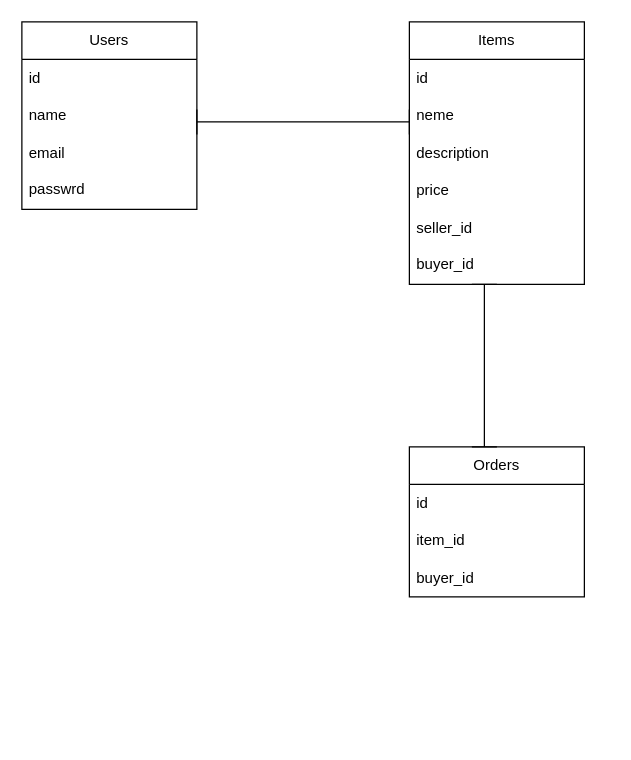
yusukenemoto12345/furima39956_2 keeps this draw.io diagram as test.dio. Above is the earlier version. Source tidied: cells renumbered, new cells numbered last; positions are measured from the earlier drawing's top-left corner, leaving out a move shared by most shapes. Both pictures are drawn from the tidied source at 125%, with x=0, y=0 at pixel (21, 21).
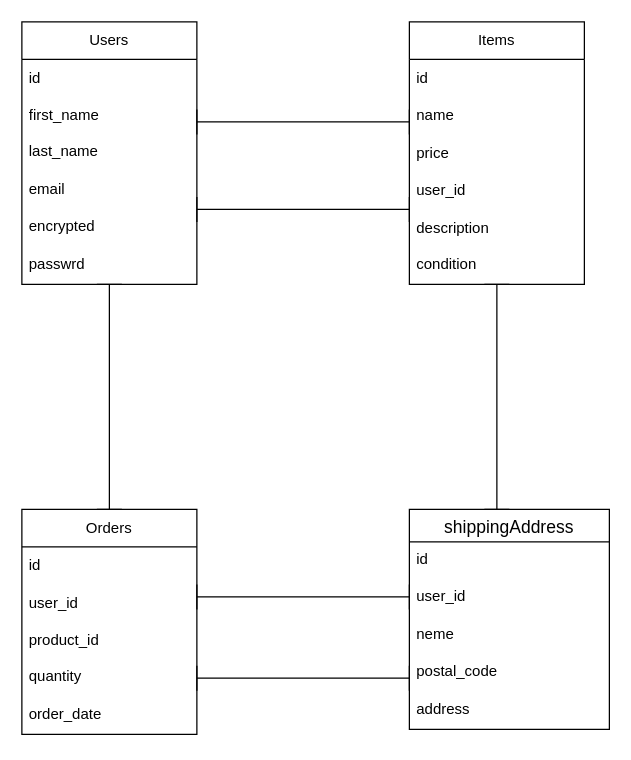
After the change.

Commit message (it also covers changes not shown here):
READMEにデータベース設計2

The change refers to these unchanged cells:
```xml
<mxCell id="2" value="Items" style="swimlane;fontStyle=0;horizontal=1;startSize=30;whiteSpace=wrap;html=1;" parent="1" vertex="1">
  <mxGeometry x="310" width="140" height="210" as="geometry" />
</mxCell>
```

Diff of the diagram source:
```diff
@@
-    <mxCell id="4" value="neme" style="text;strokeColor=none;fillColor=none;align=left;verticalAlign=middle;spacingLeft=4;spacingRight=4;overflow=hidden;whiteSpace=wrap;html=1;" parent="2" vertex="1">
+    <mxCell id="4" value="name" style="text;strokeColor=none;fillColor=none;align=left;verticalAlign=middle;spacingLeft=4;spacingRight=4;overflow=hidden;whiteSpace=wrap;html=1;" parent="2" vertex="1">
       <mxGeometry y="60" width="140" height="30" as="geometry" />
     </mxCell>
-    <mxCell id="5" value="description" style="text;strokeColor=none;fillColor=none;align=left;verticalAlign=middle;spacingLeft=4;spacingRight=4;overflow=hidden;whiteSpace=wrap;html=1;" parent="2" vertex="1">
+    <mxCell id="5" value="price" style="text;strokeColor=none;fillColor=none;align=left;verticalAlign=middle;spacingLeft=4;spacingRight=4;overflow=hidden;whiteSpace=wrap;html=1;" parent="2" vertex="1">
       <mxGeometry y="90" width="140" height="30" as="geometry" />
     </mxCell>
-    <mxCell id="6" value="price" style="text;strokeColor=none;fillColor=none;align=left;verticalAlign=middle;spacingLeft=4;spacingRight=4;overflow=hidden;whiteSpace=wrap;html=1;" parent="2" vertex="1">
+    <mxCell id="6" value="user_id" style="text;strokeColor=none;fillColor=none;align=left;verticalAlign=middle;spacingLeft=4;spacingRight=4;overflow=hidden;whiteSpace=wrap;html=1;" parent="2" vertex="1">
       <mxGeometry y="120" width="140" height="30" as="geometry" />
     </mxCell>
-    <mxCell id="7" value="seller_id" style="text;strokeColor=none;fillColor=none;align=left;verticalAlign=middle;spacingLeft=4;spacingRight=4;overflow=hidden;whiteSpace=wrap;html=1;" parent="2" vertex="1">
+    <mxCell id="7" value="description" style="text;strokeColor=none;fillColor=none;align=left;verticalAlign=middle;spacingLeft=4;spacingRight=4;overflow=hidden;whiteSpace=wrap;html=1;" parent="2" vertex="1">
       <mxGeometry y="150" width="140" height="30" as="geometry" />
     </mxCell>
-    <mxCell id="8" value="buyer_id" style="text;strokeColor=none;fillColor=none;spacingLeft=4;spacingRight=4;overflow=hidden;fontSize=12;" parent="2" vertex="1">
+    <mxCell id="8" value="condition" style="text;strokeColor=none;fillColor=none;spacingLeft=4;spacingRight=4;overflow=hidden;fontSize=12;" parent="2" vertex="1">
       <mxGeometry y="180" width="140" height="30" as="geometry" />
     </mxCell>
     <mxCell id="9" value="Users" style="swimlane;fontStyle=0;horizontal=1;startSize=30;whiteSpace=wrap;html=1;" parent="1" vertex="1">
-      <mxGeometry width="140" height="150" as="geometry" />
+      <mxGeometry width="140" height="210" as="geometry" />
     </mxCell>
@@
-    <mxCell id="11" value="name" style="text;strokeColor=none;fillColor=none;align=left;verticalAlign=middle;spacingLeft=4;spacingRight=4;overflow=hidden;whiteSpace=wrap;html=1;" parent="9" vertex="1">
+    <mxCell id="11" value="first_name" style="text;strokeColor=none;fillColor=none;align=left;verticalAlign=middle;spacingLeft=4;spacingRight=4;overflow=hidden;whiteSpace=wrap;html=1;" parent="9" vertex="1">
       <mxGeometry y="60" width="140" height="30" as="geometry" />
     </mxCell>
+    <mxCell id="13" value="last_name" style="text;strokeColor=none;fillColor=none;spacingLeft=4;spacingRight=4;overflow=hidden;fontSize=12;" parent="9" vertex="1">
+      <mxGeometry y="90" width="140" height="30" as="geometry" />
+    </mxCell>
-    <mxCell id="12" value="email" style="text;strokeColor=none;fillColor=none;align=left;verticalAlign=middle;spacingLeft=4;spacingRight=4;overflow=hidden;whiteSpace=wrap;html=1;" parent="9" vertex="1">
-      <mxGeometry y="90" width="140" height="30" as="geometry" />
+    <mxCell id="12" value="email" style="text;strokeColor=none;fillColor=none;spacingLeft=4;spacingRight=4;overflow=hidden;fontSize=12;" parent="9" vertex="1">
+      <mxGeometry y="120" width="140" height="30" as="geometry" />
     </mxCell>
-    <mxCell id="13" value="passwrd" style="text;strokeColor=none;fillColor=none;spacingLeft=4;spacingRight=4;overflow=hidden;fontSize=12;" parent="9" vertex="1">
-      <mxGeometry y="120" width="140" height="30" as="geometry" />
-    </mxCell>
+    <mxCell id="21" value="encrypted" style="text;strokeColor=none;fillColor=none;spacingLeft=4;spacingRight=4;overflow=hidden;fontSize=12;" parent="9" vertex="1">
+      <mxGeometry y="150" width="140" height="30" as="geometry" />
+    </mxCell>
+    <mxCell id="22" value="passwrd" style="text;strokeColor=none;fillColor=none;spacingLeft=4;spacingRight=4;overflow=hidden;fontSize=12;" parent="9" vertex="1">
+      <mxGeometry y="180" width="140" height="30" as="geometry" />
+    </mxCell>
     <mxCell id="14" value="Orders" style="swimlane;fontStyle=0;horizontal=1;startSize=30;whiteSpace=wrap;html=1;" parent="1" vertex="1">
-      <mxGeometry x="310" y="340" width="140" height="120" as="geometry" />
+      <mxGeometry y="390" width="140" height="180" as="geometry" />
     </mxCell>
@@
-    <mxCell id="16" value="item_id" style="text;strokeColor=none;fillColor=none;align=left;verticalAlign=middle;spacingLeft=4;spacingRight=4;overflow=hidden;whiteSpace=wrap;html=1;" parent="14" vertex="1">
+    <mxCell id="16" value="user_id" style="text;strokeColor=none;fillColor=none;align=left;verticalAlign=middle;spacingLeft=4;spacingRight=4;overflow=hidden;whiteSpace=wrap;html=1;" parent="14" vertex="1">
       <mxGeometry y="60" width="140" height="30" as="geometry" />
     </mxCell>
-    <mxCell id="17" value="buyer_id" style="text;strokeColor=none;fillColor=none;align=left;verticalAlign=middle;spacingLeft=4;spacingRight=4;overflow=hidden;whiteSpace=wrap;html=1;" parent="14" vertex="1">
+    <mxCell id="17" value="product_id" style="text;strokeColor=none;fillColor=none;align=left;verticalAlign=middle;spacingLeft=4;spacingRight=4;overflow=hidden;whiteSpace=wrap;html=1;" parent="14" vertex="1">
       <mxGeometry y="90" width="140" height="30" as="geometry" />
     </mxCell>
-    <mxCell id="18" style="edgeStyle=none;html=1;endArrow=none;" parent="1" edge="1" source="14">
-      <mxGeometry relative="1" as="geometry">
-        <mxPoint x="380" y="340" as="targetPoint" />
-      </mxGeometry>
-    </mxCell>
+    <mxCell id="23" value="quantity" style="text;strokeColor=none;fillColor=none;spacingLeft=4;spacingRight=4;overflow=hidden;fontSize=12;" parent="14" vertex="1">
+      <mxGeometry y="120" width="140" height="30" as="geometry" />
+    </mxCell>
+    <mxCell id="24" value="order_date" style="text;strokeColor=none;fillColor=none;spacingLeft=4;spacingRight=4;overflow=hidden;fontSize=12;" parent="14" vertex="1">
+      <mxGeometry y="150" width="140" height="30" as="geometry" />
+    </mxCell>
@@
-    <mxCell id="20" style="shape=crossbar;whiteSpace=wrap;html=1;rounded=1;direction=south;" parent="1" vertex="1">
-      <mxGeometry x="360" y="210" width="20" height="130" as="geometry" />
-    </mxCell>
+    <mxCell id="25" value="shippingAddress" style="swimlane;fontStyle=0;horizontal=1;startSize=26;align=center;fontSize=14;" parent="1" vertex="1">
+      <mxGeometry x="310" y="390" width="160" height="176" as="geometry" />
+    </mxCell>
+    <mxCell id="26" value="id" style="text;strokeColor=none;fillColor=none;spacingLeft=4;spacingRight=4;overflow=hidden;fontSize=12;" parent="25" vertex="1">
+      <mxGeometry y="26" width="160" height="30" as="geometry" />
+    </mxCell>
+    <mxCell id="27" value="user_id" style="text;strokeColor=none;fillColor=none;spacingLeft=4;spacingRight=4;overflow=hidden;fontSize=12;" parent="25" vertex="1">
+      <mxGeometry y="56" width="160" height="30" as="geometry" />
+    </mxCell>
+    <mxCell id="28" value="neme" style="text;strokeColor=none;fillColor=none;spacingLeft=4;spacingRight=4;overflow=hidden;fontSize=12;" parent="25" vertex="1">
+      <mxGeometry y="86" width="160" height="30" as="geometry" />
+    </mxCell>
+    <mxCell id="29" value="postal_code" style="text;strokeColor=none;fillColor=none;spacingLeft=4;spacingRight=4;overflow=hidden;fontSize=12;" parent="25" vertex="1">
+      <mxGeometry y="116" width="160" height="30" as="geometry" />
+    </mxCell>
+    <mxCell id="30" value="address" style="text;strokeColor=none;fillColor=none;spacingLeft=4;spacingRight=4;overflow=hidden;fontSize=12;" parent="25" vertex="1">
+      <mxGeometry y="146" width="160" height="30" as="geometry" />
+    </mxCell>
+    <mxCell id="31" style="shape=crossbar;whiteSpace=wrap;html=1;rounded=1;" parent="1" vertex="1">
+      <mxGeometry x="140" y="140" width="170" height="20" as="geometry" />
+    </mxCell>
+    <mxCell id="32" style="shape=crossbar;whiteSpace=wrap;html=1;rounded=1;direction=south;" parent="1" vertex="1">
+      <mxGeometry x="370" y="210" width="20" height="180" as="geometry" />
+    </mxCell>
+    <mxCell id="33" style="shape=crossbar;whiteSpace=wrap;html=1;rounded=1;direction=south;" parent="1" vertex="1">
+      <mxGeometry x="60" y="210" width="20" height="180" as="geometry" />
+    </mxCell>
+    <mxCell id="34" style="shape=crossbar;whiteSpace=wrap;html=1;rounded=1;" parent="1" vertex="1">
+      <mxGeometry x="140" y="450" width="170" height="20" as="geometry" />
+    </mxCell>
+    <mxCell id="35" style="shape=crossbar;whiteSpace=wrap;html=1;rounded=1;" parent="1" vertex="1">
+      <mxGeometry x="140" y="515" width="170" height="20" as="geometry" />
+    </mxCell>
```
